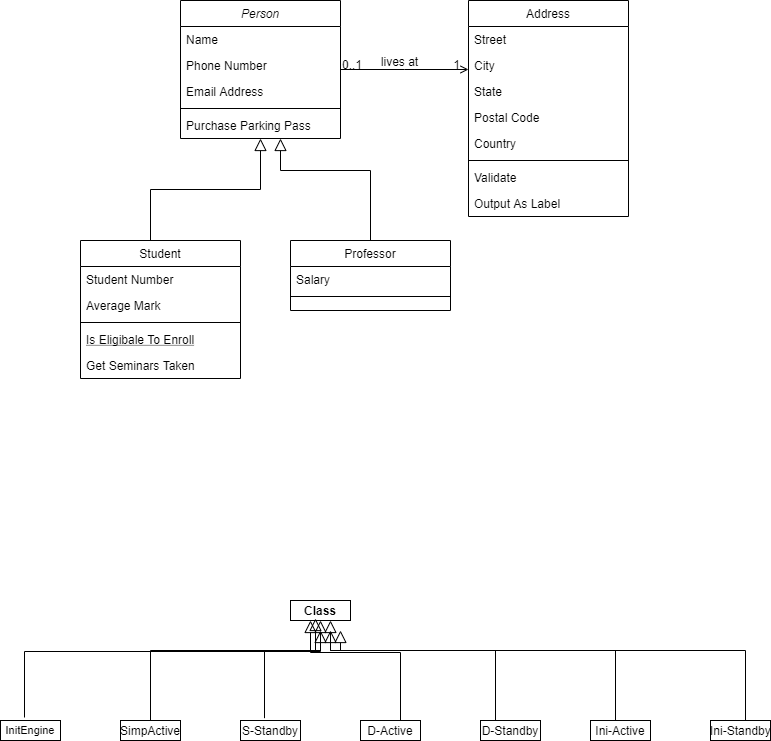
Steve888888/FN-Redundancy keeps this draw.io diagram as UML/Engine.png. Above is the earlier version. Source tidied: cells renumbered, new cells last; positions are measured from the earlier drawing's top-left corner, leaving out a move shared by most shapes. Its diagram source:
```xml
<mxGraphModel>
  <root>
    <mxCell id="0" />
    <mxCell id="1" parent="0" />
    <mxCell id="2" value="Person" style="swimlane;fontStyle=2;align=center;verticalAlign=top;horizontal=1;startSize=26;rounded=0;shadow=0;strokeWidth=1;" parent="1" vertex="1">
      <mxGeometry x="180" width="160" height="138" as="geometry" />
    </mxCell>
    <mxCell id="3" value="Name" style="text;align=left;verticalAlign=top;spacingLeft=4;spacingRight=4;overflow=hidden;" parent="2" vertex="1">
      <mxGeometry y="26" width="160" height="26" as="geometry" />
    </mxCell>
    <mxCell id="4" value="Phone Number" style="text;align=left;verticalAlign=top;spacingLeft=4;spacingRight=4;overflow=hidden;rounded=0;shadow=0;html=0;" parent="2" vertex="1">
      <mxGeometry y="52" width="160" height="26" as="geometry" />
    </mxCell>
    <mxCell id="5" value="Email Address" style="text;align=left;verticalAlign=top;spacingLeft=4;spacingRight=4;overflow=hidden;rounded=0;shadow=0;html=0;" parent="2" vertex="1">
      <mxGeometry y="78" width="160" height="26" as="geometry" />
    </mxCell>
    <mxCell id="6" style="line;html=1;strokeWidth=1;align=left;verticalAlign=middle;spacingTop=-1;spacingLeft=3;spacingRight=3;labelPosition=right;" parent="2" vertex="1">
      <mxGeometry y="104" width="160" height="8" as="geometry" />
    </mxCell>
    <mxCell id="7" value="Purchase Parking Pass" style="text;align=left;verticalAlign=top;spacingLeft=4;spacingRight=4;overflow=hidden;" parent="2" vertex="1">
      <mxGeometry y="112" width="160" height="26" as="geometry" />
    </mxCell>
    <mxCell id="8" value="Student" style="swimlane;fontStyle=0;align=center;verticalAlign=top;horizontal=1;startSize=26;rounded=0;shadow=0;strokeWidth=1;" parent="1" vertex="1">
      <mxGeometry x="80" y="240" width="160" height="138" as="geometry" />
    </mxCell>
    <mxCell id="9" value="Student Number" style="text;align=left;verticalAlign=top;spacingLeft=4;spacingRight=4;overflow=hidden;" parent="8" vertex="1">
      <mxGeometry y="26" width="160" height="26" as="geometry" />
    </mxCell>
    <mxCell id="10" value="Average Mark" style="text;align=left;verticalAlign=top;spacingLeft=4;spacingRight=4;overflow=hidden;rounded=0;shadow=0;html=0;" parent="8" vertex="1">
      <mxGeometry y="52" width="160" height="26" as="geometry" />
    </mxCell>
    <mxCell id="11" style="line;html=1;strokeWidth=1;align=left;verticalAlign=middle;spacingTop=-1;spacingLeft=3;spacingRight=3;labelPosition=right;" parent="8" vertex="1">
      <mxGeometry y="78" width="160" height="8" as="geometry" />
    </mxCell>
    <mxCell id="12" value="Is Eligibale To Enroll" style="text;align=left;verticalAlign=top;spacingLeft=4;spacingRight=4;overflow=hidden;fontStyle=4;" parent="8" vertex="1">
      <mxGeometry y="86" width="160" height="26" as="geometry" />
    </mxCell>
    <mxCell id="13" value="Get Seminars Taken" style="text;align=left;verticalAlign=top;spacingLeft=4;spacingRight=4;overflow=hidden;" parent="8" vertex="1">
      <mxGeometry y="112" width="160" height="26" as="geometry" />
    </mxCell>
    <mxCell id="14" style="endArrow=block;endSize=10;endFill=0;shadow=0;strokeWidth=1;rounded=0;edgeStyle=elbowEdgeStyle;elbow=vertical;" parent="1" edge="1" source="8" target="2">
      <mxGeometry relative="1" as="geometry">
        <Array as="points">
          <mxPoint x="150" y="189" />
        </Array>
      </mxGeometry>
    </mxCell>
    <mxCell id="15" value="Professor" style="swimlane;fontStyle=0;align=center;verticalAlign=top;horizontal=1;startSize=26;rounded=0;shadow=0;strokeWidth=1;" parent="1" vertex="1">
      <mxGeometry x="290" y="240" width="160" height="70" as="geometry" />
    </mxCell>
    <mxCell id="16" value="Salary" style="text;align=left;verticalAlign=top;spacingLeft=4;spacingRight=4;overflow=hidden;" parent="15" vertex="1">
      <mxGeometry y="26" width="160" height="26" as="geometry" />
    </mxCell>
    <mxCell id="17" style="line;html=1;strokeWidth=1;align=left;verticalAlign=middle;spacingTop=-1;spacingLeft=3;spacingRight=3;labelPosition=right;" parent="15" vertex="1">
      <mxGeometry y="52" width="160" height="8" as="geometry" />
    </mxCell>
    <mxCell id="18" style="endArrow=block;endSize=10;endFill=0;shadow=0;strokeWidth=1;rounded=0;edgeStyle=elbowEdgeStyle;elbow=vertical;" parent="1" edge="1" source="15" target="2">
      <mxGeometry relative="1" as="geometry">
        <Array as="points">
          <mxPoint x="280" y="170" />
        </Array>
      </mxGeometry>
    </mxCell>
    <mxCell id="19" value="Address" style="swimlane;fontStyle=0;align=center;verticalAlign=top;horizontal=1;startSize=26;rounded=0;shadow=0;strokeWidth=1;" parent="1" vertex="1">
      <mxGeometry x="468" width="160" height="216" as="geometry" />
    </mxCell>
    <mxCell id="20" value="Street" style="text;align=left;verticalAlign=top;spacingLeft=4;spacingRight=4;overflow=hidden;" parent="19" vertex="1">
      <mxGeometry y="26" width="160" height="26" as="geometry" />
    </mxCell>
    <mxCell id="21" value="City" style="text;align=left;verticalAlign=top;spacingLeft=4;spacingRight=4;overflow=hidden;rounded=0;shadow=0;html=0;" parent="19" vertex="1">
      <mxGeometry y="52" width="160" height="26" as="geometry" />
    </mxCell>
    <mxCell id="22" value="State" style="text;align=left;verticalAlign=top;spacingLeft=4;spacingRight=4;overflow=hidden;rounded=0;shadow=0;html=0;" parent="19" vertex="1">
      <mxGeometry y="78" width="160" height="26" as="geometry" />
    </mxCell>
    <mxCell id="23" value="Postal Code" style="text;align=left;verticalAlign=top;spacingLeft=4;spacingRight=4;overflow=hidden;rounded=0;shadow=0;html=0;" parent="19" vertex="1">
      <mxGeometry y="104" width="160" height="26" as="geometry" />
    </mxCell>
    <mxCell id="24" value="Country" style="text;align=left;verticalAlign=top;spacingLeft=4;spacingRight=4;overflow=hidden;rounded=0;shadow=0;html=0;" parent="19" vertex="1">
      <mxGeometry y="130" width="160" height="26" as="geometry" />
    </mxCell>
    <mxCell id="25" style="line;html=1;strokeWidth=1;align=left;verticalAlign=middle;spacingTop=-1;spacingLeft=3;spacingRight=3;labelPosition=right;" parent="19" vertex="1">
      <mxGeometry y="156" width="160" height="8" as="geometry" />
    </mxCell>
    <mxCell id="26" value="Validate" style="text;align=left;verticalAlign=top;spacingLeft=4;spacingRight=4;overflow=hidden;" parent="19" vertex="1">
      <mxGeometry y="164" width="160" height="26" as="geometry" />
    </mxCell>
    <mxCell id="27" value="Output As Label" style="text;align=left;verticalAlign=top;spacingLeft=4;spacingRight=4;overflow=hidden;" parent="19" vertex="1">
      <mxGeometry y="190" width="160" height="26" as="geometry" />
    </mxCell>
    <mxCell id="28" style="endArrow=open;shadow=0;strokeWidth=1;rounded=0;endFill=1;edgeStyle=elbowEdgeStyle;elbow=vertical;" parent="1" edge="1" source="2" target="19">
      <mxGeometry x="0.5" y="41" relative="1" as="geometry">
        <mxPoint x="-40" y="32" as="offset" />
      </mxGeometry>
    </mxCell>
    <mxCell id="29" value="0..1" style="align=left;verticalAlign=bottom;labelBackgroundColor=none;fontSize=12;" parent="28" vertex="1">
      <mxGeometry x="-1" relative="1" as="geometry">
        <mxPoint y="4" as="offset" />
      </mxGeometry>
    </mxCell>
    <mxCell id="30" value="1" style="align=right;verticalAlign=bottom;labelBackgroundColor=none;fontSize=12;" parent="28" vertex="1">
      <mxGeometry x="1" relative="1" as="geometry">
        <mxPoint x="-7" y="4" as="offset" />
      </mxGeometry>
    </mxCell>
    <mxCell id="31" value="lives at" style="text;html=1;align=center;verticalAlign=middle;labelBackgroundColor=none;rounded=0;shadow=0;strokeWidth=1;fontSize=12;" parent="28" vertex="1">
      <mxGeometry x="0.5" y="49" relative="1" as="geometry">
        <mxPoint x="-38" y="40" as="offset" />
      </mxGeometry>
    </mxCell>
    <mxCell id="32" value="&lt;p style=&quot;margin:0px;margin-top:4px;text-align:center;&quot;&gt;&lt;b&gt;Class&lt;/b&gt;&lt;/p&gt;&lt;hr size=&quot;1&quot;/&gt;&lt;div style=&quot;height:2px;&quot;&gt;&lt;/div&gt;" style="verticalAlign=top;align=left;overflow=fill;fontSize=12;fontFamily=Helvetica;html=1;" parent="1" vertex="1">
      <mxGeometry x="290" y="600" width="60" height="20" as="geometry" />
    </mxCell>
    <mxCell id="33" style="endArrow=block;endSize=10;endFill=0;shadow=0;strokeWidth=1;rounded=0;edgeStyle=elbowEdgeStyle;elbow=vertical;" parent="1" edge="1">
      <mxGeometry relative="1" as="geometry">
        <mxPoint x="400" y="722" as="sourcePoint" />
        <mxPoint x="310" y="620" as="targetPoint" />
        <Array as="points">
          <mxPoint x="310" y="652" />
        </Array>
      </mxGeometry>
    </mxCell>
    <mxCell id="34" value="&lt;p style=&quot;margin: 4px 0px 0px ; text-align: center ; font-size: 11px&quot;&gt;&lt;font style=&quot;font-size: 11px&quot;&gt;InitEngine&lt;br&gt;&lt;/font&gt;&lt;/p&gt;&lt;hr size=&quot;1&quot; style=&quot;font-size: 11px&quot;&gt;&lt;div style=&quot;height: 2px ; font-size: 11px&quot;&gt;&lt;/div&gt;" style="verticalAlign=top;align=left;overflow=fill;fontSize=12;fontFamily=Helvetica;html=1;" parent="1" vertex="1">
      <mxGeometry y="720" width="60" height="20" as="geometry" />
    </mxCell>
    <mxCell id="35" value="&lt;p style=&quot;margin: 4px 0px 0px ; text-align: center&quot;&gt;SimpActive&lt;br&gt;&lt;/p&gt;" style="verticalAlign=top;align=left;overflow=fill;fontSize=12;fontFamily=Helvetica;html=1;" parent="1" vertex="1">
      <mxGeometry x="120" y="720" width="60" height="20" as="geometry" />
    </mxCell>
    <mxCell id="36" value="&lt;p style=&quot;margin: 0px ; margin-top: 4px ; text-align: center&quot;&gt;D-Active&lt;/p&gt;&lt;hr size=&quot;1&quot;&gt;&lt;div style=&quot;height: 2px&quot;&gt;&lt;/div&gt;" style="verticalAlign=top;align=left;overflow=fill;fontSize=12;fontFamily=Helvetica;html=1;" parent="1" vertex="1">
      <mxGeometry x="360" y="720" width="60" height="20" as="geometry" />
    </mxCell>
    <mxCell id="37" value="&lt;p style=&quot;margin: 0px ; margin-top: 4px ; text-align: center&quot;&gt;D-Standby&lt;br&gt;&lt;/p&gt;&lt;hr size=&quot;1&quot;&gt;&lt;div style=&quot;height: 2px&quot;&gt;&lt;/div&gt;" style="verticalAlign=top;align=left;overflow=fill;fontSize=12;fontFamily=Helvetica;html=1;" parent="1" vertex="1">
      <mxGeometry x="480" y="720" width="60" height="20" as="geometry" />
    </mxCell>
    <mxCell id="38" value="&lt;p style=&quot;margin: 0px ; margin-top: 4px ; text-align: center&quot;&gt;Ini-Active&lt;/p&gt;" style="verticalAlign=top;align=left;overflow=fill;fontSize=12;fontFamily=Helvetica;html=1;" parent="1" vertex="1">
      <mxGeometry x="590" y="720" width="60" height="20" as="geometry" />
    </mxCell>
    <mxCell id="39" value="&lt;p style=&quot;margin: 0px ; margin-top: 4px ; text-align: center&quot;&gt;S-Standby&lt;/p&gt;" style="verticalAlign=top;align=left;overflow=fill;fontSize=12;fontFamily=Helvetica;html=1;" parent="1" vertex="1">
      <mxGeometry x="240" y="720" width="60" height="20" as="geometry" />
    </mxCell>
    <mxCell id="40" value="&lt;p style=&quot;margin: 0px ; margin-top: 4px ; text-align: center&quot;&gt;&lt;/p&gt;&lt;div style=&quot;height: 2px&quot;&gt;Ini-Standby&lt;/div&gt;" style="verticalAlign=top;align=left;overflow=fill;fontSize=12;fontFamily=Helvetica;html=1;" parent="1" vertex="1">
      <mxGeometry x="710" y="720" width="60" height="20" as="geometry" />
    </mxCell>
    <mxCell id="41" style="endArrow=block;endSize=10;endFill=0;shadow=0;strokeWidth=1;rounded=0;edgeStyle=elbowEdgeStyle;elbow=vertical;" parent="1" edge="1">
      <mxGeometry relative="1" as="geometry">
        <mxPoint x="495" y="720" as="sourcePoint" />
        <mxPoint x="330" y="620" as="targetPoint" />
        <Array as="points">
          <mxPoint x="420" y="650" />
        </Array>
      </mxGeometry>
    </mxCell>
    <mxCell id="42" style="endArrow=block;endSize=10;endFill=0;shadow=0;strokeWidth=1;rounded=0;edgeStyle=elbowEdgeStyle;elbow=vertical;" parent="1" edge="1">
      <mxGeometry relative="1" as="geometry">
        <mxPoint x="615" y="720" as="sourcePoint" />
        <mxPoint x="330" y="630" as="targetPoint" />
        <Array as="points">
          <mxPoint x="540" y="650" />
        </Array>
      </mxGeometry>
    </mxCell>
    <mxCell id="43" style="endArrow=block;endSize=10;endFill=0;shadow=0;strokeWidth=1;rounded=0;edgeStyle=elbowEdgeStyle;elbow=vertical;" parent="1" edge="1">
      <mxGeometry relative="1" as="geometry">
        <mxPoint x="745" y="720" as="sourcePoint" />
        <mxPoint x="340" y="630" as="targetPoint" />
        <Array as="points">
          <mxPoint x="670" y="650" />
        </Array>
      </mxGeometry>
    </mxCell>
    <mxCell id="44" style="endArrow=block;endSize=10;endFill=0;shadow=0;strokeWidth=1;rounded=0;edgeStyle=elbowEdgeStyle;elbow=vertical;exitX=0.4;exitY=-0.15;exitDx=0;exitDy=0;exitPerimeter=0;" parent="1" edge="1" source="34">
      <mxGeometry relative="1" as="geometry">
        <mxPoint x="320" y="620" as="targetPoint" />
        <Array as="points">
          <mxPoint x="110" y="651" />
        </Array>
      </mxGeometry>
    </mxCell>
    <mxCell id="45" style="endArrow=block;endSize=10;endFill=0;shadow=0;strokeWidth=1;rounded=0;edgeStyle=elbowEdgeStyle;elbow=vertical;exitX=0.5;exitY=0;exitDx=0;exitDy=0;" parent="1" edge="1" source="35">
      <mxGeometry relative="1" as="geometry">
        <mxPoint x="315" y="618" as="targetPoint" />
        <Array as="points">
          <mxPoint x="230" y="650" />
        </Array>
      </mxGeometry>
    </mxCell>
    <mxCell id="46" style="endArrow=block;endSize=10;endFill=0;shadow=0;strokeWidth=1;rounded=0;edgeStyle=elbowEdgeStyle;elbow=vertical;exitX=0.4;exitY=-0.117;exitDx=0;exitDy=0;exitPerimeter=0;entryX=0.5;entryY=1.5;entryDx=0;entryDy=0;entryPerimeter=0;" parent="1" edge="1" source="39" target="32">
      <mxGeometry relative="1" as="geometry">
        <Array as="points">
          <mxPoint x="280" y="650" />
          <mxPoint x="290" y="670" />
          <mxPoint x="220" y="681" />
        </Array>
      </mxGeometry>
    </mxCell>
  </root>
</mxGraphModel>
```
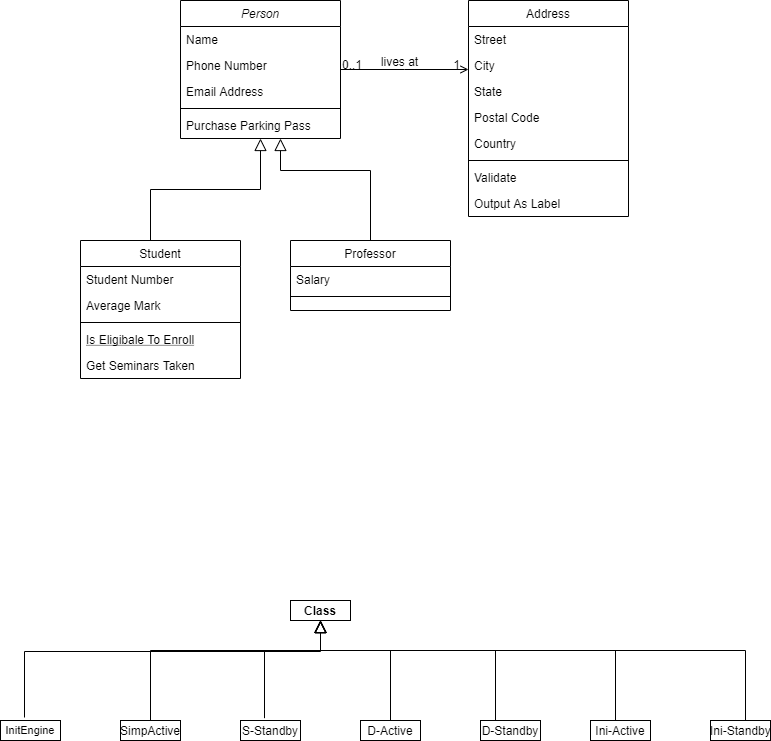
Later version of the same file.

The edit, as a diff of the source:
```diff
@@ -113,10 +113,10 @@
     </mxCell>
     <mxCell id="33" style="endArrow=block;endSize=10;endFill=0;shadow=0;strokeWidth=1;rounded=0;edgeStyle=elbowEdgeStyle;elbow=vertical;" parent="1" edge="1">
       <mxGeometry relative="1" as="geometry">
-        <mxPoint x="400" y="722" as="sourcePoint" />
-        <mxPoint x="310" y="620" as="targetPoint" />
+        <mxPoint x="390" y="720" as="sourcePoint" />
+        <mxPoint x="320" y="620" as="targetPoint" />
         <Array as="points">
-          <mxPoint x="310" y="652" />
+          <mxPoint x="300" y="650" />
         </Array>
       </mxGeometry>
     </mxCell>
@@ -144,7 +144,7 @@
     <mxCell id="41" style="endArrow=block;endSize=10;endFill=0;shadow=0;strokeWidth=1;rounded=0;edgeStyle=elbowEdgeStyle;elbow=vertical;" parent="1" edge="1">
       <mxGeometry relative="1" as="geometry">
         <mxPoint x="495" y="720" as="sourcePoint" />
-        <mxPoint x="330" y="620" as="targetPoint" />
+        <mxPoint x="320" y="620" as="targetPoint" />
         <Array as="points">
           <mxPoint x="420" y="650" />
         </Array>
@@ -153,7 +153,7 @@
     <mxCell id="42" style="endArrow=block;endSize=10;endFill=0;shadow=0;strokeWidth=1;rounded=0;edgeStyle=elbowEdgeStyle;elbow=vertical;" parent="1" edge="1">
       <mxGeometry relative="1" as="geometry">
         <mxPoint x="615" y="720" as="sourcePoint" />
-        <mxPoint x="330" y="630" as="targetPoint" />
+        <mxPoint x="320" y="620" as="targetPoint" />
         <Array as="points">
           <mxPoint x="540" y="650" />
         </Array>
@@ -162,7 +162,7 @@
     <mxCell id="43" style="endArrow=block;endSize=10;endFill=0;shadow=0;strokeWidth=1;rounded=0;edgeStyle=elbowEdgeStyle;elbow=vertical;" parent="1" edge="1">
       <mxGeometry relative="1" as="geometry">
         <mxPoint x="745" y="720" as="sourcePoint" />
-        <mxPoint x="340" y="630" as="targetPoint" />
+        <mxPoint x="320" y="620" as="targetPoint" />
         <Array as="points">
           <mxPoint x="670" y="650" />
         </Array>
@@ -178,14 +178,15 @@
     </mxCell>
     <mxCell id="45" style="endArrow=block;endSize=10;endFill=0;shadow=0;strokeWidth=1;rounded=0;edgeStyle=elbowEdgeStyle;elbow=vertical;exitX=0.5;exitY=0;exitDx=0;exitDy=0;" parent="1" edge="1" source="35">
       <mxGeometry relative="1" as="geometry">
-        <mxPoint x="315" y="618" as="targetPoint" />
+        <mxPoint x="320" y="620" as="targetPoint" />
         <Array as="points">
           <mxPoint x="230" y="650" />
         </Array>
       </mxGeometry>
     </mxCell>
-    <mxCell id="46" style="endArrow=block;endSize=10;endFill=0;shadow=0;strokeWidth=1;rounded=0;edgeStyle=elbowEdgeStyle;elbow=vertical;exitX=0.4;exitY=-0.117;exitDx=0;exitDy=0;exitPerimeter=0;entryX=0.5;entryY=1.5;entryDx=0;entryDy=0;entryPerimeter=0;" parent="1" edge="1" source="39" target="32">
+    <mxCell id="46" style="endArrow=block;endSize=10;endFill=0;shadow=0;strokeWidth=1;rounded=0;edgeStyle=elbowEdgeStyle;elbow=vertical;exitX=0.4;exitY=-0.117;exitDx=0;exitDy=0;exitPerimeter=0;" parent="1" edge="1" source="39">
       <mxGeometry relative="1" as="geometry">
+        <mxPoint x="320" y="620" as="targetPoint" />
         <Array as="points">
           <mxPoint x="280" y="650" />
           <mxPoint x="290" y="670" />
```
